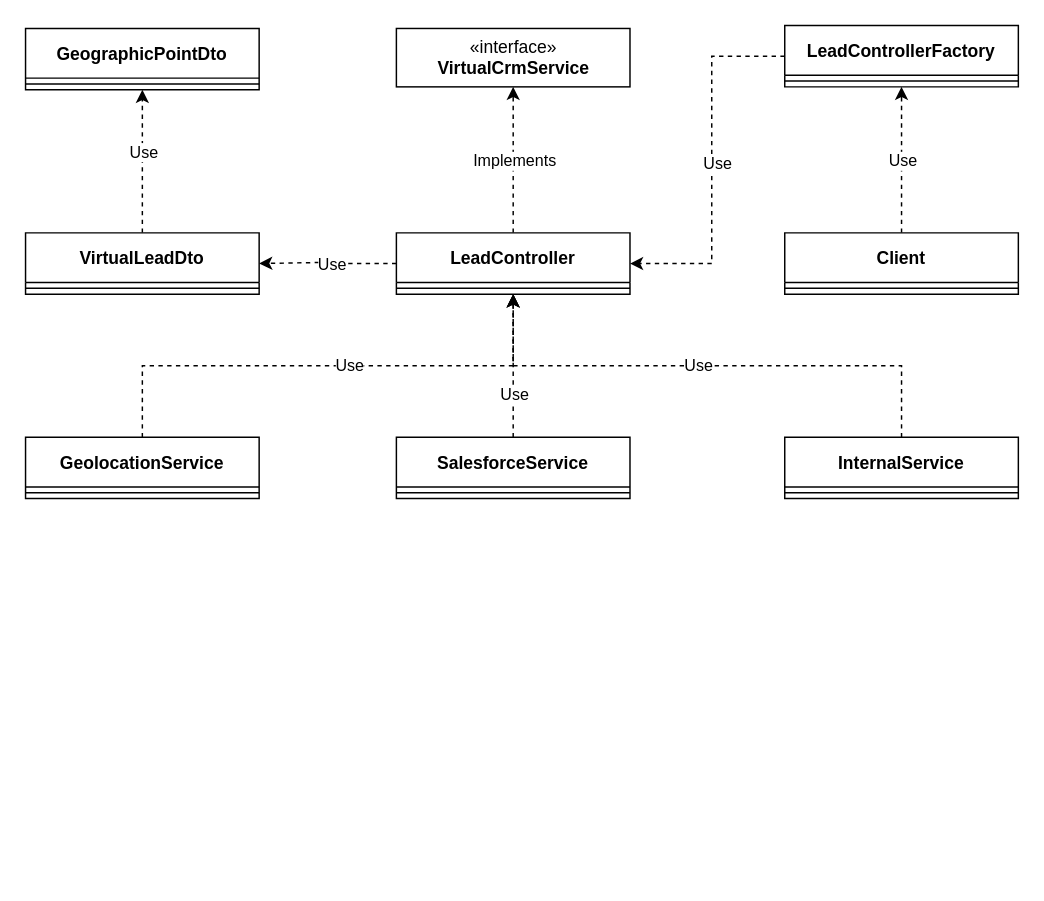
Earlier version of the draw.io diagram Diagrams/diagrams.drawio (gillie04th/archi_distrib). Source tidied: cells renumbered, new cells numbered last; positions are measured from the earlier drawing's top-left corner, leaving out a move shared by most shapes. Both pictures are drawn from the tidied source at 146%, with x=0, y=0 at pixel (25, 25).
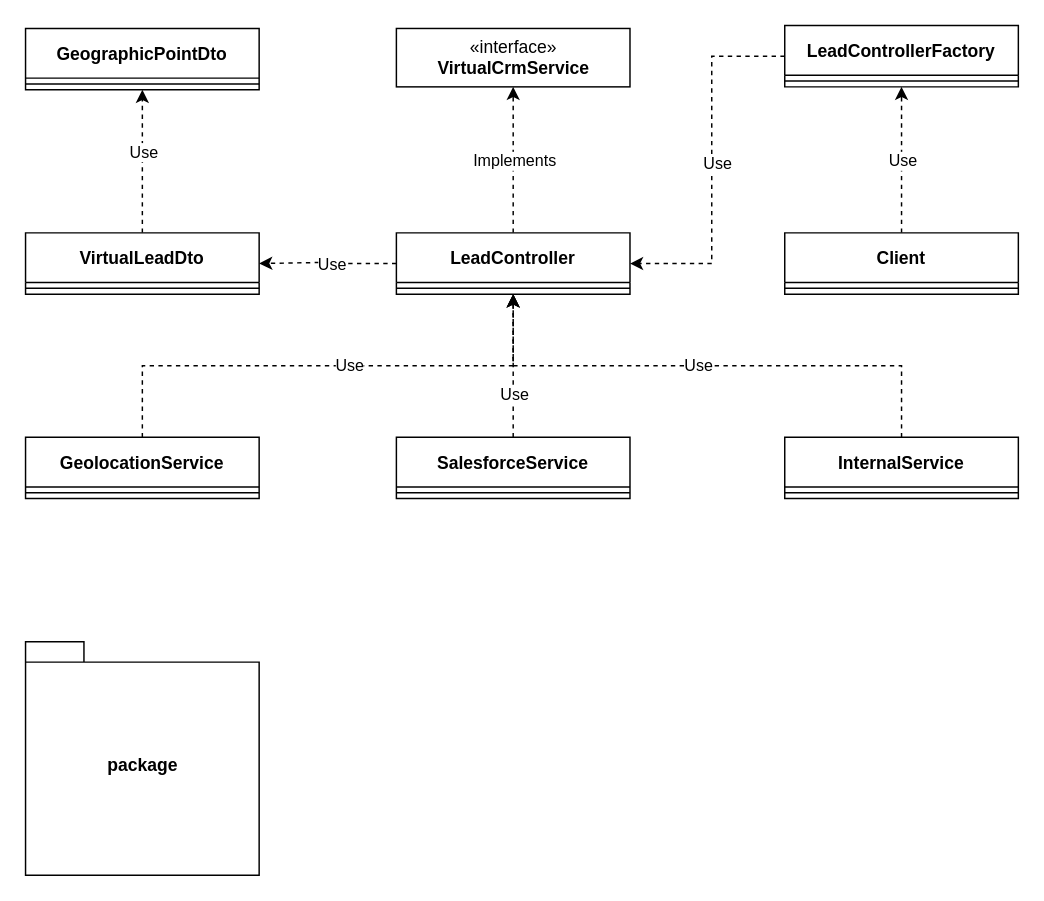
After the change.

Change to the diagram source:
```diff
@@
+    <mxCell id="35" value="package" style="shape=folder;fontStyle=1;spacingTop=10;tabWidth=40;tabHeight=14;tabPosition=left;html=1;" parent="1" vertex="1">
+      <mxGeometry y="422" width="160" height="160" as="geometry" />
+    </mxCell>
```
